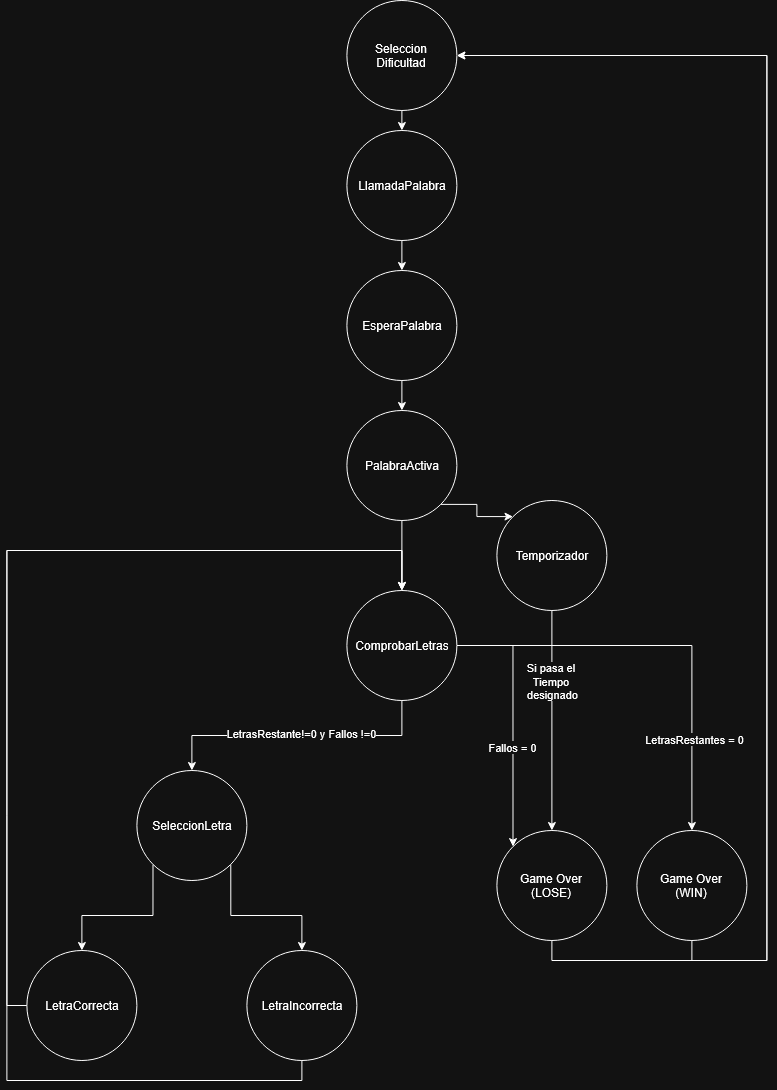
Before: docs/diseno/Imagenes/FSMDiagrama.png, a diagram exported from draw.io (ee-herrerar/EL3313-Proyecto2). Source tidied: cells renumbered, new cells last; positions are measured from the earlier drawing's top-left corner, leaving out a move shared by most shapes. Its diagram source:
```xml
<mxGraphModel>
  <root>
    <mxCell id="0" />
    <mxCell id="1" parent="0" />
    <mxCell id="2" style="edgeStyle=orthogonalEdgeStyle;rounded=0;jettySize=auto;html=1;exitX=0.5;exitY=1;exitDx=0;exitDy=0;entryX=0.5;entryY=0;entryDx=0;entryDy=0;" parent="1" edge="1" source="3" target="5">
      <mxGeometry relative="1" as="geometry" />
    </mxCell>
    <mxCell id="3" value="LlamadaPalabra" style="ellipse;whiteSpace=wrap;html=1;shapeInside=1;" parent="1" vertex="1">
      <mxGeometry x="340" y="130" width="110" height="110" as="geometry" />
    </mxCell>
    <mxCell id="4" style="edgeStyle=orthogonalEdgeStyle;rounded=0;jettySize=auto;html=1;exitX=0.5;exitY=1;exitDx=0;exitDy=0;entryX=0.5;entryY=0;entryDx=0;entryDy=0;" parent="1" edge="1" source="5" target="8">
      <mxGeometry relative="1" as="geometry" />
    </mxCell>
    <mxCell id="5" value="EsperaPalabra" style="ellipse;whiteSpace=wrap;html=1;shapeInside=1;" parent="1" vertex="1">
      <mxGeometry x="340" y="270" width="110" height="110" as="geometry" />
    </mxCell>
    <mxCell id="6" style="edgeStyle=orthogonalEdgeStyle;rounded=0;jettySize=auto;html=1;" parent="1" edge="1" source="8" target="22">
      <mxGeometry relative="1" as="geometry" />
    </mxCell>
    <mxCell id="7" style="edgeStyle=orthogonalEdgeStyle;rounded=0;jettySize=auto;html=1;exitX=1;exitY=1;exitDx=0;exitDy=0;entryX=0;entryY=0;entryDx=0;entryDy=0;" parent="1" edge="1" source="8" target="31">
      <mxGeometry relative="1" as="geometry" />
    </mxCell>
    <mxCell id="8" value="PalabraActiva&lt;div&gt;&lt;br/&gt;&lt;/div&gt;" style="ellipse;whiteSpace=wrap;html=1;shapeInside=1;" parent="1" vertex="1">
      <mxGeometry x="340" y="410" width="110" height="110" as="geometry" />
    </mxCell>
    <mxCell id="9" style="edgeStyle=orthogonalEdgeStyle;rounded=0;jettySize=auto;html=1;exitX=0;exitY=1;exitDx=0;exitDy=0;entryX=0.5;entryY=0;entryDx=0;entryDy=0;" parent="1" edge="1" source="11" target="13">
      <mxGeometry relative="1" as="geometry" />
    </mxCell>
    <mxCell id="10" style="edgeStyle=orthogonalEdgeStyle;rounded=0;jettySize=auto;html=1;exitX=1;exitY=1;exitDx=0;exitDy=0;entryX=0.5;entryY=0;entryDx=0;entryDy=0;" parent="1" edge="1" source="11" target="15">
      <mxGeometry relative="1" as="geometry" />
    </mxCell>
    <mxCell id="11" value="SeleccionLetra" style="ellipse;whiteSpace=wrap;html=1;shapeInside=1;" parent="1" vertex="1">
      <mxGeometry x="130" y="770" width="110" height="110" as="geometry" />
    </mxCell>
    <mxCell id="12" style="edgeStyle=orthogonalEdgeStyle;rounded=0;jettySize=auto;html=1;exitX=0;exitY=0.5;exitDx=0;exitDy=0;entryX=0.5;entryY=0;entryDx=0;entryDy=0;" parent="1" edge="1" source="13" target="22">
      <mxGeometry relative="1" as="geometry">
        <Array as="points">
          <mxPoint y="1004.9" />
          <mxPoint y="550" />
          <mxPoint x="395.1" y="550" />
        </Array>
      </mxGeometry>
    </mxCell>
    <mxCell id="13" value="LetraCorrecta" style="ellipse;whiteSpace=wrap;html=1;shapeInside=1;" parent="1" vertex="1">
      <mxGeometry x="20" y="950" width="110" height="110" as="geometry" />
    </mxCell>
    <mxCell id="14" style="edgeStyle=orthogonalEdgeStyle;rounded=0;jettySize=auto;html=1;exitX=0.5;exitY=1;exitDx=0;exitDy=0;entryX=0.5;entryY=0;entryDx=0;entryDy=0;" parent="1" edge="1" source="15" target="22">
      <mxGeometry relative="1" as="geometry">
        <Array as="points">
          <mxPoint x="295.1" y="1080" />
          <mxPoint y="1080" />
          <mxPoint y="550" />
          <mxPoint x="395.1" y="550" />
        </Array>
      </mxGeometry>
    </mxCell>
    <mxCell id="15" value="LetraIncorrecta" style="ellipse;whiteSpace=wrap;html=1;shapeInside=1;" parent="1" vertex="1">
      <mxGeometry x="240" y="950" width="110" height="110" as="geometry" />
    </mxCell>
    <mxCell id="16" style="edgeStyle=orthogonalEdgeStyle;rounded=0;jettySize=auto;html=1;exitX=0.5;exitY=1;exitDx=0;exitDy=0;entryX=0.5;entryY=0;entryDx=0;entryDy=0;" parent="1" edge="1" source="22" target="11">
      <mxGeometry relative="1" as="geometry" />
    </mxCell>
    <mxCell id="17" value="LetrasRestante!=0 y Fallos !=0" style="edgeLabel;html=1;align=center;verticalAlign=middle;" parent="16" vertex="1">
      <mxGeometry x="-0.03" y="-2" relative="1" as="geometry" />
    </mxCell>
    <mxCell id="18" style="edgeStyle=orthogonalEdgeStyle;rounded=0;jettySize=auto;html=1;exitX=1;exitY=0.5;exitDx=0;exitDy=0;entryX=0;entryY=0;entryDx=0;entryDy=0;" parent="1" edge="1" source="22" target="24">
      <mxGeometry relative="1" as="geometry" />
    </mxCell>
    <mxCell id="19" value="Fallos = 0" style="edgeLabel;html=1;align=center;verticalAlign=middle;" parent="18" vertex="1">
      <mxGeometry x="0.23" y="-1" relative="1" as="geometry" />
    </mxCell>
    <mxCell id="20" style="edgeStyle=orthogonalEdgeStyle;rounded=0;jettySize=auto;html=1;exitX=1;exitY=0.5;exitDx=0;exitDy=0;entryX=0.5;entryY=0;entryDx=0;entryDy=0;" parent="1" edge="1" source="22" target="26">
      <mxGeometry relative="1" as="geometry" />
    </mxCell>
    <mxCell id="21" value="LetrasRestantes = 0" style="edgeLabel;html=1;align=center;verticalAlign=middle;" parent="20" vertex="1">
      <mxGeometry x="0.56" y="2" relative="1" as="geometry" />
    </mxCell>
    <mxCell id="22" value="ComprobarLetras" style="ellipse;whiteSpace=wrap;html=1;shapeInside=1;" parent="1" vertex="1">
      <mxGeometry x="340" y="590" width="110" height="110" as="geometry" />
    </mxCell>
    <mxCell id="23" style="edgeStyle=orthogonalEdgeStyle;rounded=0;jettySize=auto;html=1;exitX=0.5;exitY=1;exitDx=0;exitDy=0;entryX=1;entryY=0.5;entryDx=0;entryDy=0;" parent="1" edge="1" source="24" target="28">
      <mxGeometry relative="1" as="geometry">
        <Array as="points">
          <mxPoint x="545" y="960" />
          <mxPoint x="760" y="960" />
          <mxPoint x="760" y="55" />
        </Array>
      </mxGeometry>
    </mxCell>
    <mxCell id="24" value="Game Over&lt;br&gt;(LOSE)" style="ellipse;whiteSpace=wrap;html=1;shapeInside=1;" parent="1" vertex="1">
      <mxGeometry x="490" y="830" width="110" height="110" as="geometry" />
    </mxCell>
    <mxCell id="25" style="edgeStyle=orthogonalEdgeStyle;rounded=0;jettySize=auto;html=1;exitX=0.5;exitY=1;exitDx=0;exitDy=0;entryX=1;entryY=0.5;entryDx=0;entryDy=0;" parent="1" edge="1" source="26" target="28">
      <mxGeometry relative="1" as="geometry">
        <Array as="points">
          <mxPoint x="685" y="960" />
          <mxPoint x="760" y="960" />
          <mxPoint x="760" y="55" />
        </Array>
      </mxGeometry>
    </mxCell>
    <mxCell id="26" value="Game Over&lt;br&gt;(WIN)" style="ellipse;whiteSpace=wrap;html=1;shapeInside=1;" parent="1" vertex="1">
      <mxGeometry x="630" y="830" width="110" height="110" as="geometry" />
    </mxCell>
    <mxCell id="27" style="edgeStyle=orthogonalEdgeStyle;rounded=0;jettySize=auto;html=1;exitX=0.5;exitY=1;exitDx=0;exitDy=0;entryX=0.5;entryY=0;entryDx=0;entryDy=0;" parent="1" edge="1" source="28" target="3">
      <mxGeometry relative="1" as="geometry" />
    </mxCell>
    <mxCell id="28" value="Seleccion&lt;br&gt;Dificultad" style="ellipse;whiteSpace=wrap;html=1;shapeInside=1;" parent="1" vertex="1">
      <mxGeometry x="340" width="110" height="110" as="geometry" />
    </mxCell>
    <mxCell id="29" style="edgeStyle=orthogonalEdgeStyle;rounded=0;jettySize=auto;html=1;exitX=0.5;exitY=1;exitDx=0;exitDy=0;entryX=0.5;entryY=0;entryDx=0;entryDy=0;" parent="1" edge="1" source="31" target="24">
      <mxGeometry relative="1" as="geometry" />
    </mxCell>
    <mxCell id="30" value="Si pasa el&amp;nbsp;&lt;br&gt;Tiempo&amp;nbsp;&lt;br&gt;designado" style="edgeLabel;html=1;align=center;verticalAlign=middle;" parent="29" vertex="1">
      <mxGeometry x="-0.06" y="2" relative="1" as="geometry">
        <mxPoint x="-2" y="-33" as="offset" />
      </mxGeometry>
    </mxCell>
    <mxCell id="31" value="Temporizador" style="ellipse;whiteSpace=wrap;html=1;shapeInside=1;" parent="1" vertex="1">
      <mxGeometry x="490" y="500" width="110" height="110" as="geometry" />
    </mxCell>
  </root>
</mxGraphModel>
```
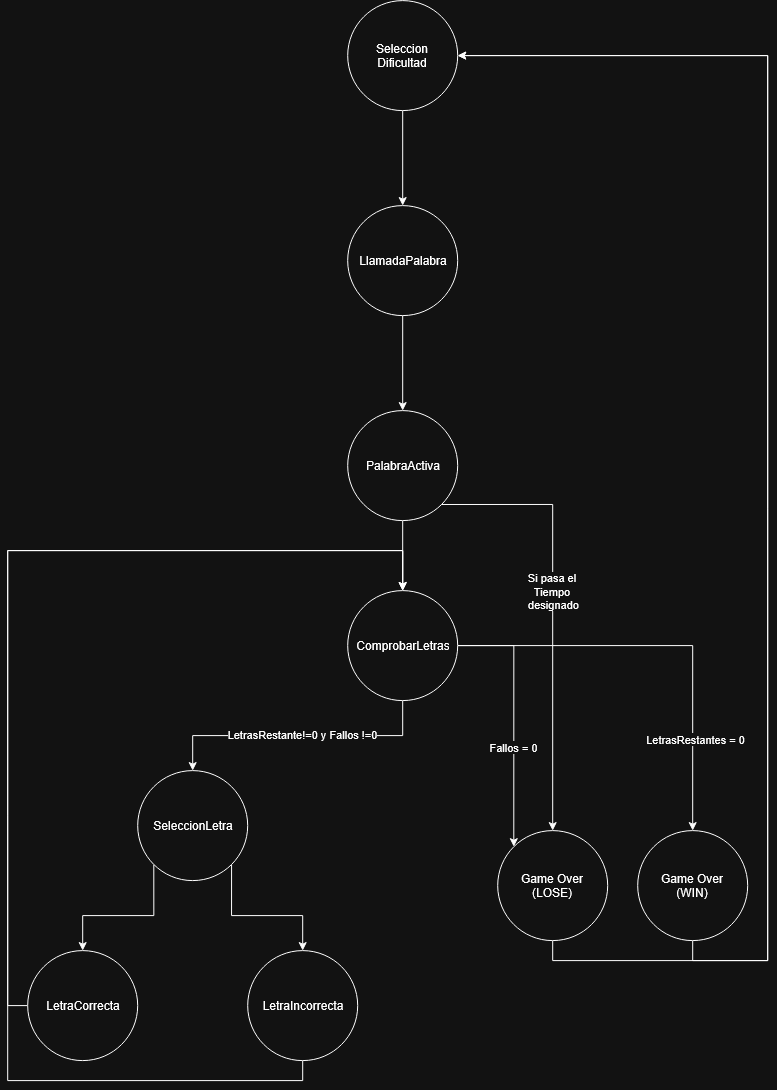
Above is the later version.

Diff of the diagram source:
```diff
@@ -2,24 +2,15 @@
   <root>
     <mxCell id="0" />
     <mxCell id="1" parent="0" />
-    <mxCell id="2" style="edgeStyle=orthogonalEdgeStyle;rounded=0;jettySize=auto;html=1;exitX=0.5;exitY=1;exitDx=0;exitDy=0;entryX=0.5;entryY=0;entryDx=0;entryDy=0;" parent="1" edge="1" source="3" target="5">
-      <mxGeometry relative="1" as="geometry" />
-    </mxCell>
+    <mxCell id="32" style="edgeStyle=orthogonalEdgeStyle;rounded=0;jettySize=auto;html=1;exitX=0.5;exitY=1;exitDx=0;exitDy=0;entryX=0.5;entryY=0;entryDx=0;entryDy=0;" parent="1" edge="1" source="3" target="8">
+      <mxGeometry relative="1" as="geometry" />
+    </mxCell>
     <mxCell id="3" value="LlamadaPalabra" style="ellipse;whiteSpace=wrap;html=1;shapeInside=1;" parent="1" vertex="1">
-      <mxGeometry x="340" y="130" width="110" height="110" as="geometry" />
+      <mxGeometry x="340" y="205" width="110" height="110" as="geometry" />
     </mxCell>
-    <mxCell id="4" style="edgeStyle=orthogonalEdgeStyle;rounded=0;jettySize=auto;html=1;exitX=0.5;exitY=1;exitDx=0;exitDy=0;entryX=0.5;entryY=0;entryDx=0;entryDy=0;" parent="1" edge="1" source="5" target="8">
-      <mxGeometry relative="1" as="geometry" />
-    </mxCell>
-    <mxCell id="5" value="EsperaPalabra" style="ellipse;whiteSpace=wrap;html=1;shapeInside=1;" parent="1" vertex="1">
-      <mxGeometry x="340" y="270" width="110" height="110" as="geometry" />
-    </mxCell>
     <mxCell id="6" style="edgeStyle=orthogonalEdgeStyle;rounded=0;jettySize=auto;html=1;" parent="1" edge="1" source="8" target="22">
       <mxGeometry relative="1" as="geometry" />
     </mxCell>
-    <mxCell id="7" style="edgeStyle=orthogonalEdgeStyle;rounded=0;jettySize=auto;html=1;exitX=1;exitY=1;exitDx=0;exitDy=0;entryX=0;entryY=0;entryDx=0;entryDy=0;" parent="1" edge="1" source="8" target="31">
-      <mxGeometry relative="1" as="geometry" />
-    </mxCell>
     <mxCell id="8" value="PalabraActiva&lt;div&gt;&lt;br/&gt;&lt;/div&gt;" style="ellipse;whiteSpace=wrap;html=1;shapeInside=1;" parent="1" vertex="1">
       <mxGeometry x="340" y="410" width="110" height="110" as="geometry" />
     </mxCell>
@@ -108,16 +99,13 @@
     <mxCell id="28" value="Seleccion&lt;br&gt;Dificultad" style="ellipse;whiteSpace=wrap;html=1;shapeInside=1;" parent="1" vertex="1">
       <mxGeometry x="340" width="110" height="110" as="geometry" />
     </mxCell>
-    <mxCell id="29" style="edgeStyle=orthogonalEdgeStyle;rounded=0;jettySize=auto;html=1;exitX=0.5;exitY=1;exitDx=0;exitDy=0;entryX=0.5;entryY=0;entryDx=0;entryDy=0;" parent="1" edge="1" source="31" target="24">
+    <mxCell id="29" style="edgeStyle=orthogonalEdgeStyle;rounded=0;jettySize=auto;html=1;exitX=1;exitY=1;exitDx=0;exitDy=0;entryX=0.5;entryY=0;entryDx=0;entryDy=0;" parent="1" edge="1" source="8" target="24">
       <mxGeometry relative="1" as="geometry" />
     </mxCell>
     <mxCell id="30" value="Si pasa el&amp;nbsp;&lt;br&gt;Tiempo&amp;nbsp;&lt;br&gt;designado" style="edgeLabel;html=1;align=center;verticalAlign=middle;" parent="29" vertex="1">
       <mxGeometry x="-0.06" y="2" relative="1" as="geometry">
-        <mxPoint x="-2" y="-33" as="offset" />
+        <mxPoint x="-2" y="-8" as="offset" />
       </mxGeometry>
     </mxCell>
-    <mxCell id="31" value="Temporizador" style="ellipse;whiteSpace=wrap;html=1;shapeInside=1;" parent="1" vertex="1">
-      <mxGeometry x="490" y="500" width="110" height="110" as="geometry" />
-    </mxCell>
   </root>
 </mxGraphModel>
```
